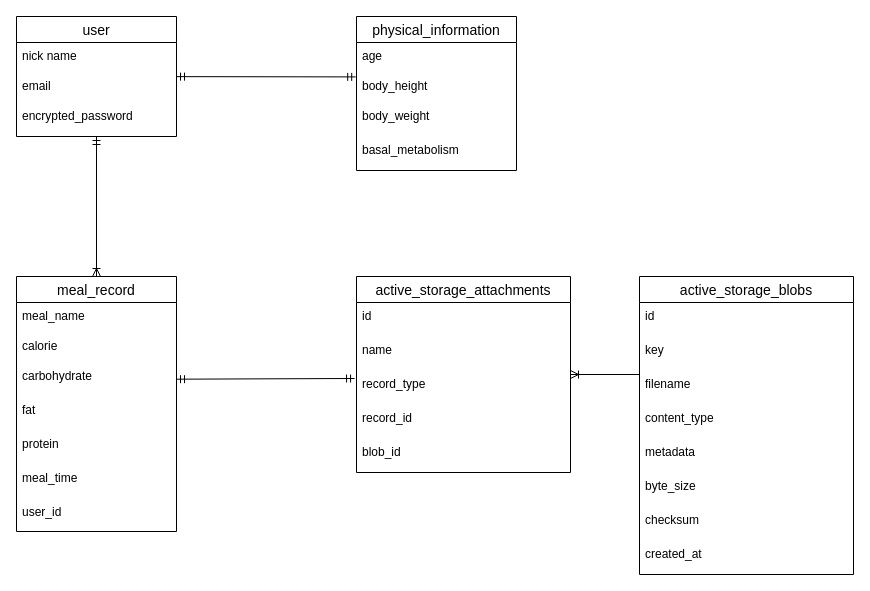
The draw.io diagram ER図.dio in seigi1/meal_record, before the edit. Source tidied: cells renumbered, new cells numbered last; positions are measured from the earlier drawing's top-left corner, leaving out a move shared by most shapes. Both pictures are drawn from the tidied source at 100%, with x=0, y=0 at pixel (16, 16).
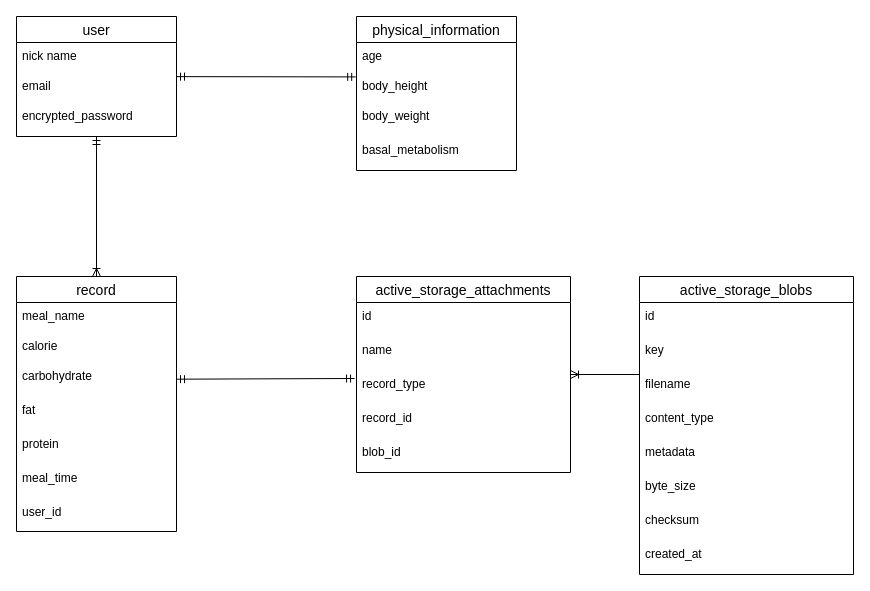
The same page after the edit.

The edit, as a diff of the source:
```diff
@@
-<mxGraphModel>
+<mxGraphModel background="#ffffff">
@@
-    <mxCell id="13" value="meal_record" style="swimlane;fontStyle=0;horizontal=1;startSize=26;align=center;fontSize=14;" parent="1" vertex="1">
+    <mxCell id="13" value="record" style="swimlane;fontStyle=0;horizontal=1;startSize=26;align=center;fontSize=14;" parent="1" vertex="1">
       <mxGeometry y="260" width="160" height="255" as="geometry" />
     </mxCell>
```
